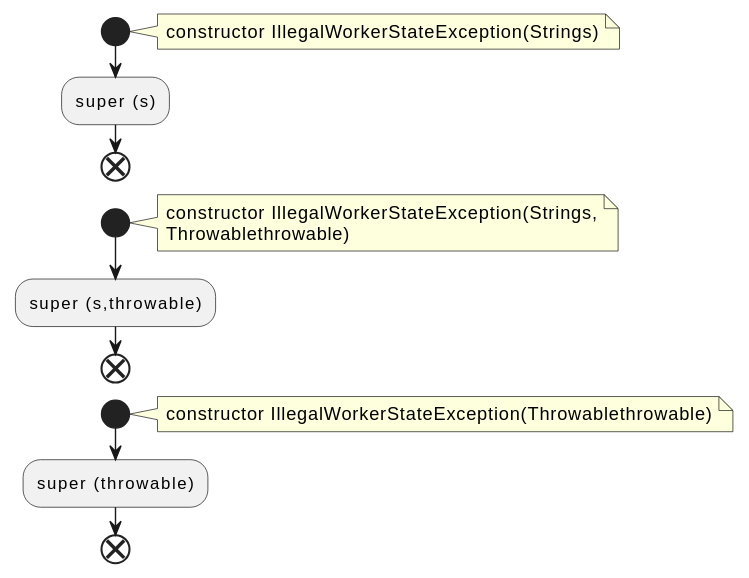
Earlier version of the PlantUML export docs/qc/connect/api/src/main/java/org/apache/kafka/connect/errors/IllegalWorkerStateException.java.fct.svg (qualitesys/kafka).
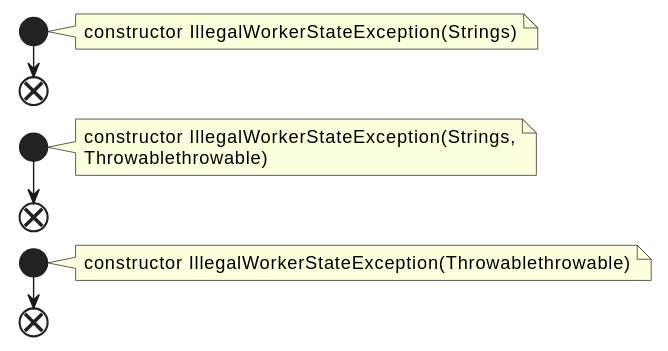
The same diagram one commit later.

Diff of the diagram source:
```diff
@@ -4,19 +4,16 @@
 note right
 constructor IllegalWorkerStateException(Strings)
 end note
-:super (s);
 end
 start
 note right
 constructor IllegalWorkerStateException(Strings,
 Throwablethrowable)
 end note
-:super (s,throwable);
 end
 start
 note right
 constructor IllegalWorkerStateException(Throwablethrowable)
 end note
-:super (throwable);
 end
 @enduml
```
